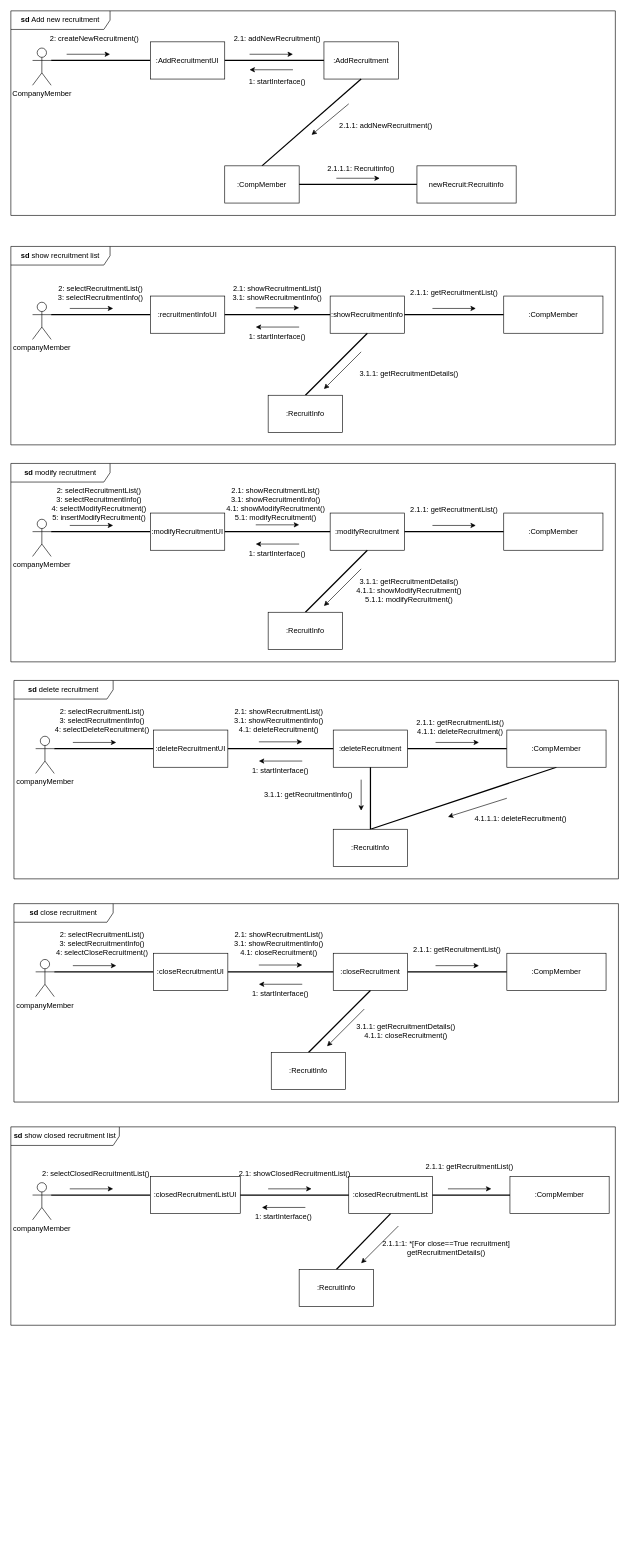
This is communication_diagram/communication_diagram_최승혁.drawio from hjee02018/RecruitSystem, a draw.io file, before an edit. Source tidied: cells renumbered, new cells numbered last; positions are measured from the earlier drawing's top-left corner, leaving out a move shared by most shapes. Both pictures are drawn from the tidied source at 62%, with x=0, y=0 at pixel (11, 11).
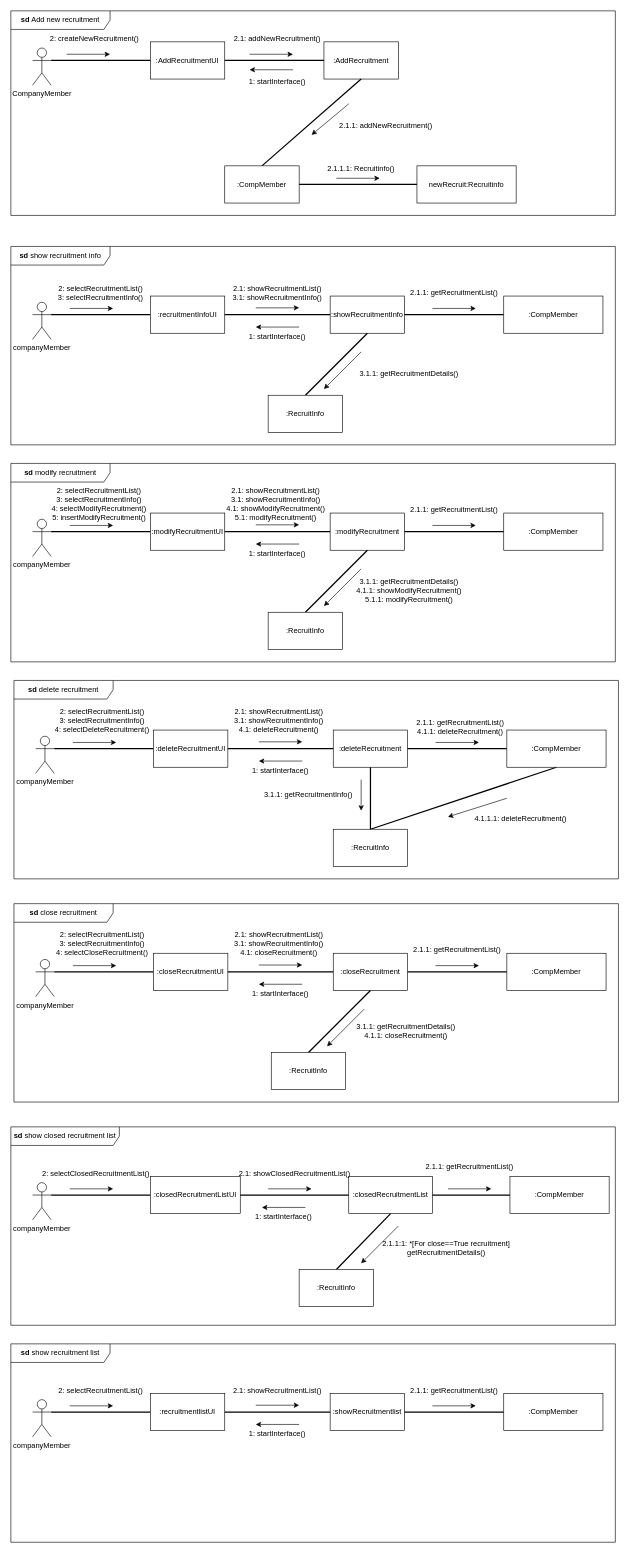
The same page after the edit.

What changed in the source:
```diff
@@
-    <mxCell id="23" value="&lt;b&gt;sd &lt;/b&gt;show recruitment list" style="shape=umlFrame;whiteSpace=wrap;html=1;width=160;" parent="1" vertex="1">
+    <mxCell id="23" value="&lt;b&gt;sd &lt;/b&gt;show recruitment info" style="shape=umlFrame;whiteSpace=wrap;html=1;width=160;" parent="1" vertex="1">
       <mxGeometry y="380" width="975" height="320" as="geometry" />
     </mxCell>
@@
+    <mxCell id="127" value="&lt;b&gt;sd &lt;/b&gt;show recruitment list" style="shape=umlFrame;whiteSpace=wrap;html=1;width=160;" parent="1" vertex="1">
+      <mxGeometry y="2150" width="975" height="320" as="geometry" />
+    </mxCell>
+    <mxCell id="128" value="companyMember" style="shape=umlActor;verticalLabelPosition=bottom;verticalAlign=top;html=1;outlineConnect=0;" parent="127" vertex="1">
+      <mxGeometry x="35" y="90" width="30" height="60" as="geometry" />
+    </mxCell>
+    <mxCell id="129" style="endArrow=none;html=1;rounded=0;entryX=1;entryY=0.3333333333333333;entryDx=0;entryDy=0;strokeWidth=2;entryPerimeter=0;exitX=0;exitY=0.5;exitDx=0;exitDy=0;" parent="127" edge="1" source="130" target="128">
+      <mxGeometry relative="1" as="geometry" />
+    </mxCell>
+    <mxCell id="130" value=":recruitmentlistUI" style="rounded=0;whiteSpace=wrap;html=1;" parent="127" vertex="1">
+      <mxGeometry x="225" y="80" width="120" height="60" as="geometry" />
+    </mxCell>
+    <mxCell id="131" value="2: selectRecruitmentList()" style="text;html=1;strokeColor=none;fillColor=none;align=center;verticalAlign=middle;whiteSpace=wrap;rounded=0;" parent="127" vertex="1">
+      <mxGeometry x="75" y="60" width="140" height="30" as="geometry" />
+    </mxCell>
+    <mxCell id="132" style="endArrow=classic;html=1;rounded=0;" parent="127" edge="1">
+      <mxGeometry relative="1" as="geometry">
+        <mxPoint x="95" y="100" as="sourcePoint" />
+        <mxPoint x="165" y="100" as="targetPoint" />
+      </mxGeometry>
+    </mxCell>
+    <mxCell id="133" value=":showRecruitmentlist" style="rounded=0;whiteSpace=wrap;html=1;" parent="127" vertex="1">
+      <mxGeometry x="515" y="80" width="120" height="60" as="geometry" />
+    </mxCell>
+    <mxCell id="134" style="endArrow=none;html=1;rounded=0;entryX=0;entryY=0.5;entryDx=0;entryDy=0;strokeWidth=2;exitX=1;exitY=0.5;exitDx=0;exitDy=0;" parent="127" edge="1" source="130" target="133">
+      <mxGeometry relative="1" as="geometry" />
+    </mxCell>
+    <mxCell id="135" value="2.1: showRecruitmentList()" style="text;html=1;strokeColor=none;fillColor=none;align=center;verticalAlign=middle;whiteSpace=wrap;rounded=0;" parent="127" vertex="1">
+      <mxGeometry x="355" y="60" width="150" height="30" as="geometry" />
+    </mxCell>
+    <mxCell id="136" style="endArrow=classic;html=1;rounded=0;" parent="127" edge="1">
+      <mxGeometry relative="1" as="geometry">
+        <mxPoint x="395" y="99" as="sourcePoint" />
+        <mxPoint x="465" y="99" as="targetPoint" />
+      </mxGeometry>
+    </mxCell>
+    <mxCell id="137" style="endArrow=classic;html=1;rounded=0;" parent="127" edge="1">
+      <mxGeometry relative="1" as="geometry">
+        <mxPoint x="465" y="130" as="sourcePoint" />
+        <mxPoint x="395" y="130" as="targetPoint" />
+      </mxGeometry>
+    </mxCell>
+    <mxCell id="138" value="1: startInterface()" style="text;html=1;strokeColor=none;fillColor=none;align=center;verticalAlign=middle;whiteSpace=wrap;rounded=0;" parent="127" vertex="1">
+      <mxGeometry x="355" y="130" width="150" height="30" as="geometry" />
+    </mxCell>
+    <mxCell id="139" style="endArrow=none;html=1;rounded=0;strokeWidth=2;exitX=1;exitY=0.5;exitDx=0;exitDy=0;entryX=0;entryY=0.5;entryDx=0;entryDy=0;" parent="127" edge="1" source="133" target="140">
+      <mxGeometry relative="1" as="geometry" />
+    </mxCell>
+    <mxCell id="140" value=":CompMember" style="rounded=0;whiteSpace=wrap;html=1;" parent="127" vertex="1">
+      <mxGeometry x="795" y="80" width="160" height="60" as="geometry" />
+    </mxCell>
+    <mxCell id="141" value="2.1.1: getRecruitmentList()" style="text;html=1;strokeColor=none;fillColor=none;align=center;verticalAlign=middle;whiteSpace=wrap;rounded=0;" parent="127" vertex="1">
+      <mxGeometry x="635" y="60" width="160" height="30" as="geometry" />
+    </mxCell>
+    <mxCell id="142" style="endArrow=classic;html=1;rounded=0;" parent="127" edge="1">
+      <mxGeometry relative="1" as="geometry">
+        <mxPoint x="680" y="100" as="sourcePoint" />
+        <mxPoint x="750" y="100" as="targetPoint" />
+      </mxGeometry>
+    </mxCell>
```
